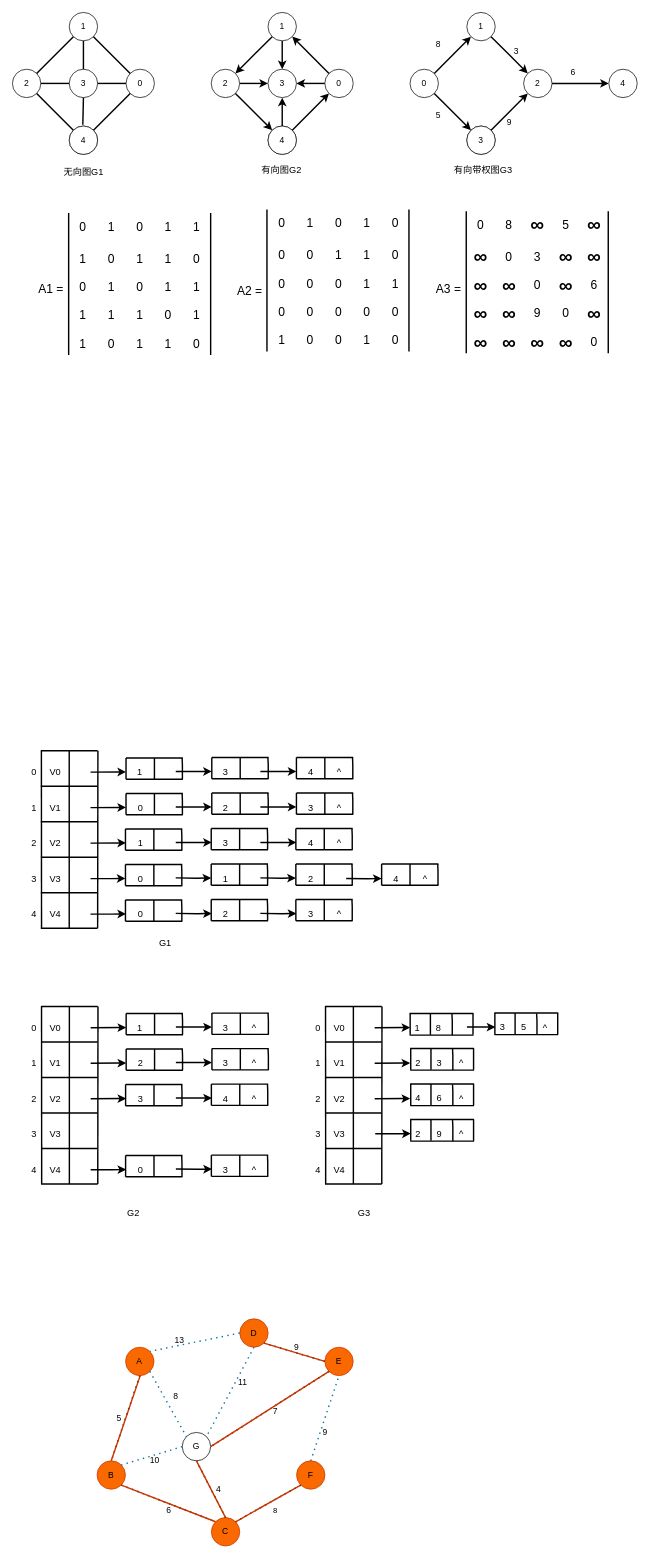
This is Untitled Diagram.drawio from m-c-c/graph, a draw.io file, before an edit. Source tidied: cells renumbered, new cells numbered last; positions are measured from the earlier drawing's top-left corner, leaving out a move shared by most shapes. Both pictures are drawn from the tidied source at 71%, with x=0, y=0 at pixel (12, 12).
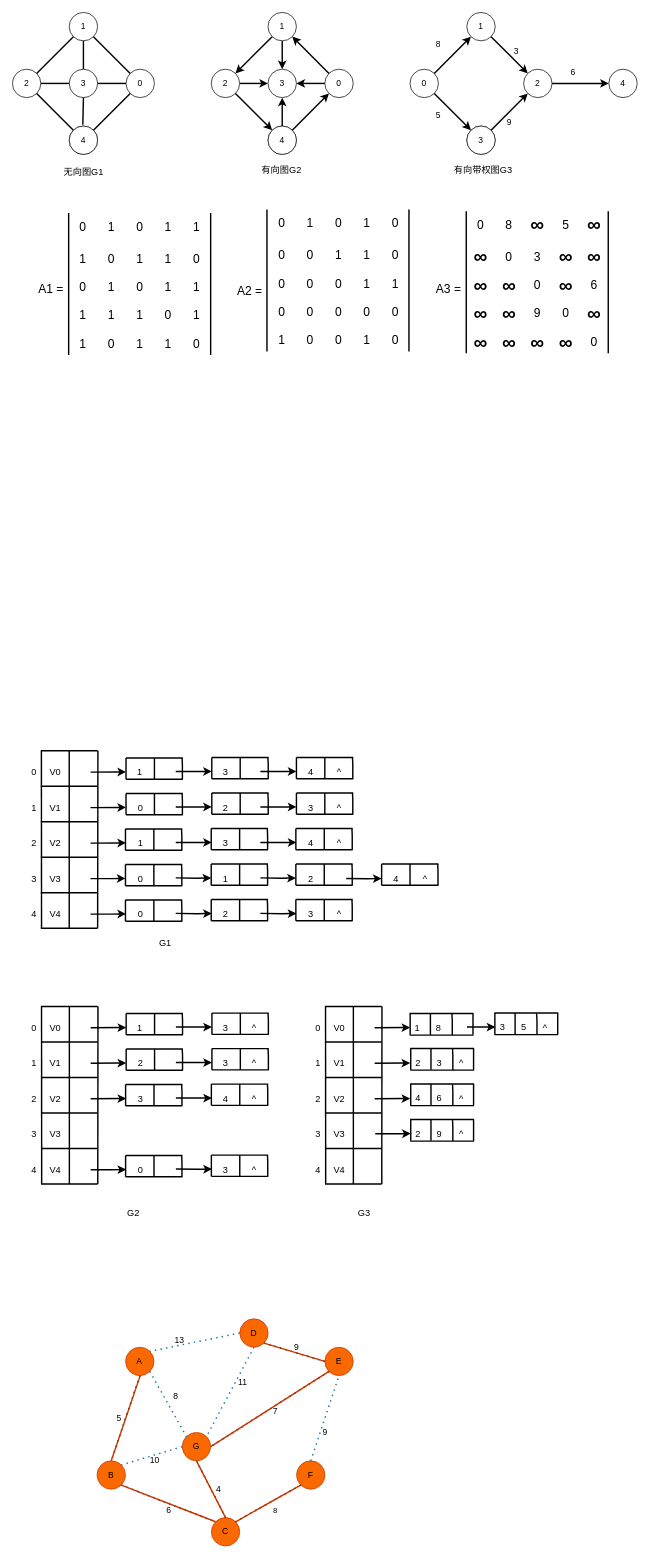
After the change.

Change to the diagram source:
```diff
@@
-    <mxCell id="424" value="G" style="ellipse;whiteSpace=wrap;html=1;" parent="1" vertex="1">
+    <mxCell id="424" value="G" style="ellipse;whiteSpace=wrap;html=1;fillColor=#fa6800;fontColor=#000000;strokeColor=#C73500;" parent="1" vertex="1">
       <mxGeometry x="239.2" y="2000" width="40" height="40" as="geometry" />
     </mxCell>
```
